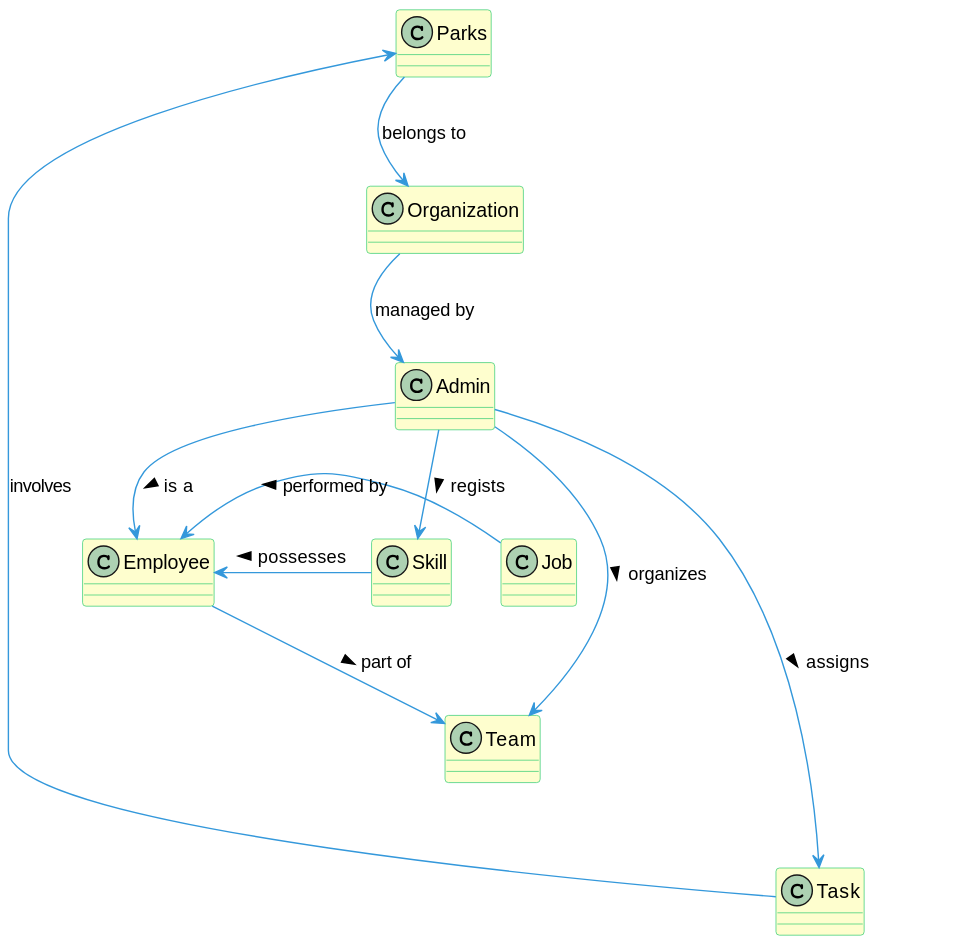
This is docs/sprintA/us005/02.analysis/svg/us005-domain-model.svg from Mendoncaa/LAPR2, a PlantUML export, as it was before one commit.
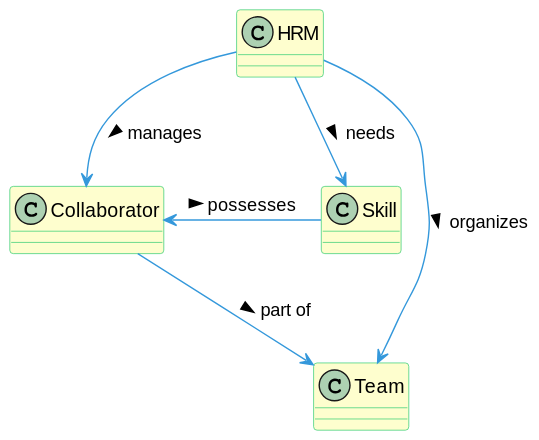
The same file after the commit.

The edit, as a diff of the source:
```diff
@@ -1,5 +1,4 @@
 @startuml
-
 skinparam class {
     BackgroundColor #FEFECE
     ArrowColor #3498db
@@ -8,13 +7,12 @@
 
 skinparam classAttributeIconSize 0
 
-class Organization {
+
+
+class HRM {
 }
 
-class Admin {
-}
-
-class Employee {
+class Collaborator {
 }
 
 class Skill {
@@ -23,29 +21,16 @@
 class Team {
 }
 
-class Task {
-}
+HRM -down-> Collaborator : manages >
+HRM -down-> Skill : needs >
+HRM -down-> Team : organizes >
+Skill -left-> Collaborator : possesses <
+Collaborator -right-> Team : part of >
 
-class Parks {
-}
 
-Parks -down-> Organization : belongs to
-Organization -down-> Admin : managed by
-Admin -down-> Employee : is a >
-Admin -down-> Skill : regists >
-Admin -down-> Team : organizes >
-Job -left-> Employee : performed by >
-Skill -left-> Employee : possesses >
-Employee -right-> Team : part of >
-Admin -right-> Task : assigns >
-Task -up-> Parks : involves
 
-Parks -[hidden]- Organization
-Organization -[hidden]- Admin
-Admin -[hidden]- Employee
-Employee -[hidden]- Skill
+
+HRM -[hidden]- Collaborator
+Collaborator -[hidden]- Skill
 Skill -[hidden]- Team
-Team -[hidden]- Task
-Task -[hidden]- Parks
-
 @enduml
```
